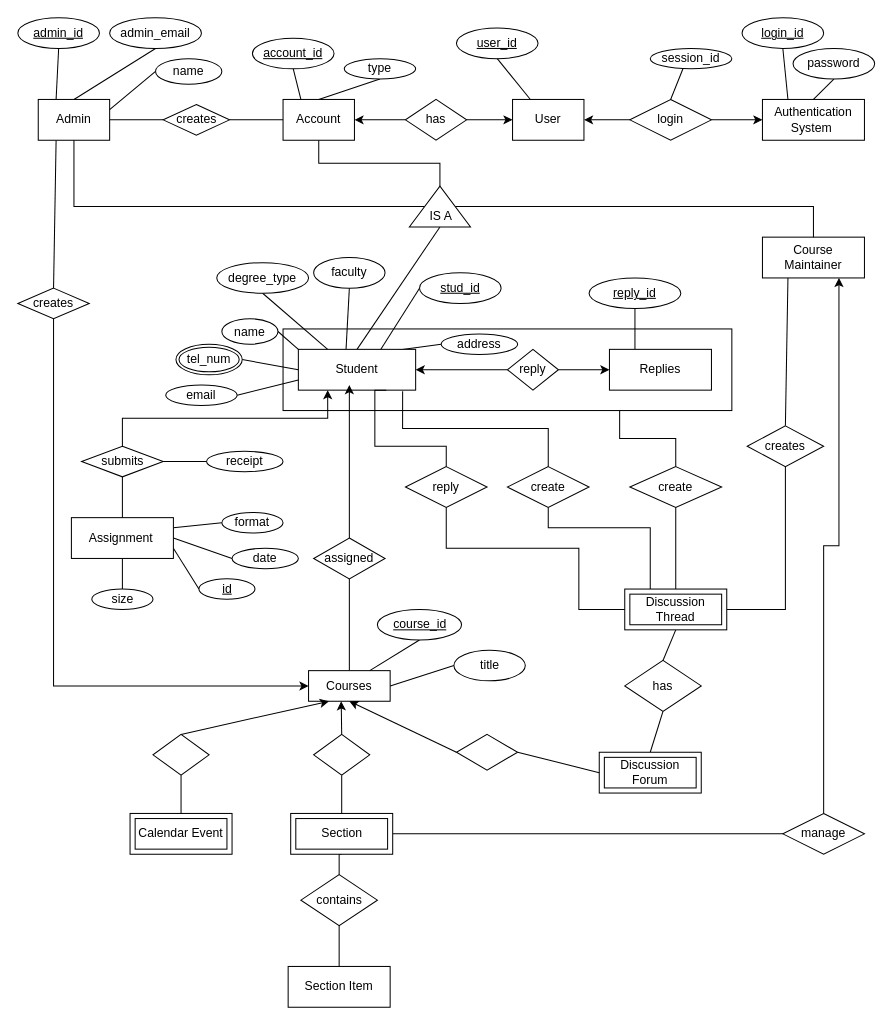
DaynaAshley/OS-Project2 keeps this draw.io diagram as Untitled Diagram.drawio. Above is the earlier version. Source tidied: cells renumbered, new cells numbered last; positions are measured from the earlier drawing's top-left corner, leaving out a move shared by most shapes. Both pictures are drawn from the tidied source at 102%, with x=0, y=0 at pixel (17, 17).
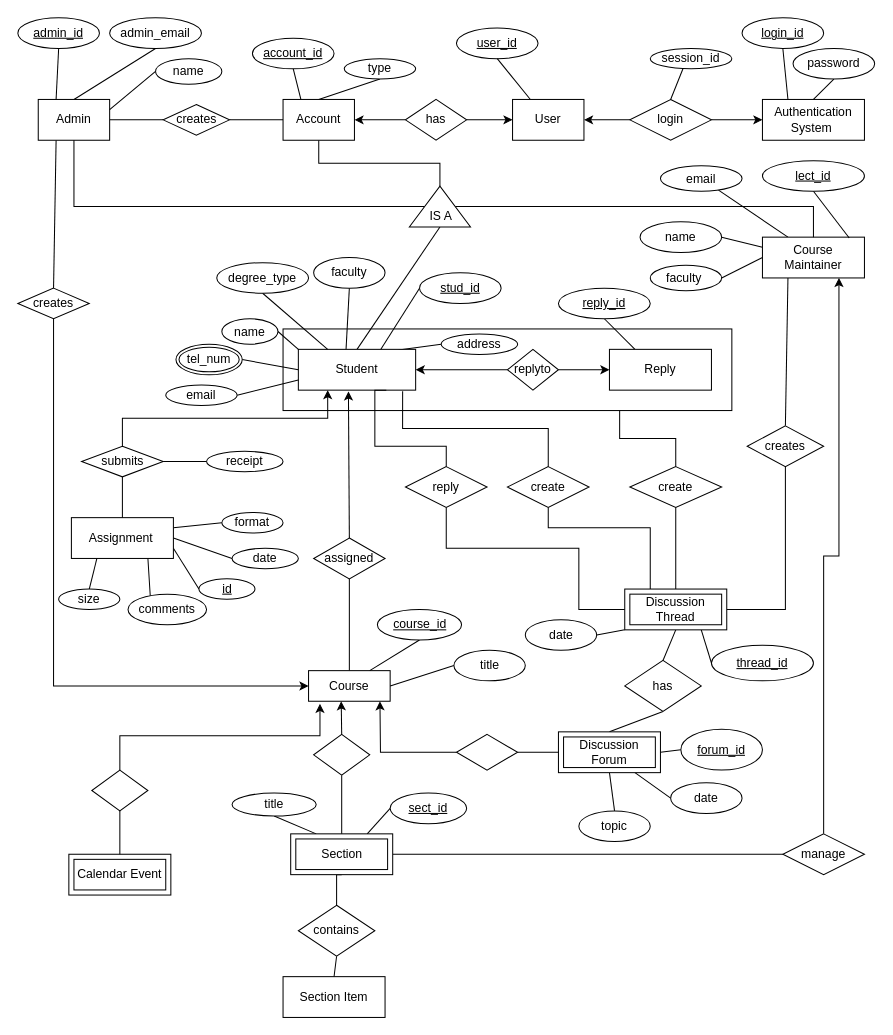
Above is the later version.

The change refers to these unchanged cells:
```xml
<mxCell id="13" value="Student" style="whiteSpace=wrap;html=1;align=center;" parent="1" vertex="1">
  <mxGeometry x="275" y="325" width="115" height="40" as="geometry" />
</mxCell>
<mxCell id="19" value="Course Maintainer" style="whiteSpace=wrap;html=1;align=center;" parent="1" vertex="1">
  <mxGeometry x="730" y="215" width="100" height="40" as="geometry" />
</mxCell>
<mxCell id="28" value="Assignment&amp;nbsp;" style="whiteSpace=wrap;html=1;align=center;" parent="1" vertex="1">
  <mxGeometry x="52.5" y="490" width="100" height="40" as="geometry" />
</mxCell>
<mxCell id="42" value="assigned" style="shape=rhombus;perimeter=rhombusPerimeter;whiteSpace=wrap;html=1;align=center;" parent="1" vertex="1">
  <mxGeometry x="290" y="510" width="70" height="40" as="geometry" />
</mxCell>
<mxCell id="70" style="shape=rhombus;perimeter=rhombusPerimeter;whiteSpace=wrap;html=1;align=center;" parent="1" vertex="1">
  <mxGeometry x="430" y="702.5" width="60" height="35" as="geometry" />
</mxCell>
<mxCell id="103" value="Discussion Thread" style="shape=ext;margin=3;double=1;whiteSpace=wrap;html=1;align=center;" parent="1" vertex="1">
  <mxGeometry x="595" y="560" width="100" height="40" as="geometry" />
</mxCell>
```

Diff of the diagram source:
```diff
@@
-    <mxCell id="4" value="Courses" style="whiteSpace=wrap;html=1;align=center;" parent="1" vertex="1">
+    <mxCell id="4" value="Course" style="whiteSpace=wrap;html=1;align=center;" parent="1" vertex="1">
       <mxGeometry x="285" y="640" width="80" height="30" as="geometry" />
     </mxCell>
@@
+    <mxCell id="125" style="edgeStyle=none;rounded=0;jettySize=auto;html=1;exitX=0;exitY=0.25;exitDx=0;exitDy=0;entryX=1;entryY=0.5;entryDx=0;entryDy=0;startArrow=none;startFill=0;endArrow=none;endFill=0;" parent="1" edge="1" source="19" target="147">
+      <mxGeometry relative="1" as="geometry" />
+    </mxCell>
+    <mxCell id="126" style="edgeStyle=none;rounded=0;jettySize=auto;html=1;exitX=0.25;exitY=0;exitDx=0;exitDy=0;startArrow=none;startFill=0;endArrow=none;endFill=0;" parent="1" edge="1" source="19" target="148">
+      <mxGeometry relative="1" as="geometry" />
+    </mxCell>
+    <mxCell id="127" style="edgeStyle=none;rounded=0;jettySize=auto;html=1;exitX=0;exitY=0.5;exitDx=0;exitDy=0;entryX=1;entryY=0.5;entryDx=0;entryDy=0;startArrow=none;startFill=0;endArrow=none;endFill=0;" parent="1" edge="1" source="19" target="149">
+      <mxGeometry relative="1" as="geometry" />
+    </mxCell>
@@
+    <mxCell id="128" style="edgeStyle=none;rounded=0;jettySize=auto;html=1;exitX=0.75;exitY=0;exitDx=0;exitDy=0;entryX=0;entryY=0.5;entryDx=0;entryDy=0;startArrow=none;startFill=0;endArrow=none;endFill=0;" parent="1" edge="1" source="22" target="137">
+      <mxGeometry relative="1" as="geometry" />
+    </mxCell>
+    <mxCell id="129" style="edgeStyle=none;rounded=0;jettySize=auto;html=1;exitX=0.25;exitY=0;exitDx=0;exitDy=0;entryX=0.5;entryY=1;entryDx=0;entryDy=0;startArrow=none;startFill=0;endArrow=none;endFill=0;" parent="1" edge="1" source="22" target="138">
+      <mxGeometry relative="1" as="geometry" />
+    </mxCell>
     <mxCell id="22" value="Section" style="shape=ext;margin=3;double=1;whiteSpace=wrap;html=1;align=center;" parent="1" vertex="1">
-      <mxGeometry x="267.5" y="780" width="100" height="40" as="geometry" />
+      <mxGeometry x="267.5" y="800" width="100" height="40" as="geometry" />
     </mxCell>
     <mxCell id="23" value="Section Item" style="whiteSpace=wrap;html=1;align=center;" parent="1" vertex="1">
-      <mxGeometry x="265" y="930" width="100" height="40" as="geometry" />
+      <mxGeometry x="260" y="940" width="100" height="40" as="geometry" />
     </mxCell>
@@
-    <mxCell id="27" style="edgeStyle=none;rounded=0;jettySize=auto;html=1;exitX=0.5;exitY=1;exitDx=0;exitDy=0;entryX=0.5;entryY=0;entryDx=0;entryDy=0;startArrow=none;startFill=0;endArrow=none;endFill=0;" parent="1" edge="1" source="28" target="110">
+    <mxCell id="27" style="edgeStyle=none;rounded=0;jettySize=auto;html=1;exitX=0.25;exitY=1;exitDx=0;exitDy=0;entryX=0.5;entryY=0;entryDx=0;entryDy=0;startArrow=none;startFill=0;endArrow=none;endFill=0;" parent="1" edge="1" source="28" target="110">
       <mxGeometry relative="1" as="geometry" />
     </mxCell>
+    <mxCell id="130" style="rounded=0;jettySize=auto;html=1;exitX=0.75;exitY=1;exitDx=0;exitDy=0;entryX=0.286;entryY=0.167;entryDx=0;entryDy=0;entryPerimeter=0;startArrow=none;startFill=0;endArrow=none;endFill=0;" parent="1" edge="1" source="28" target="144">
+      <mxGeometry relative="1" as="geometry" />
+    </mxCell>
@@
+    <mxCell id="131" style="edgeStyle=none;rounded=0;jettySize=auto;html=1;exitX=0.5;exitY=1;exitDx=0;exitDy=0;entryX=0.5;entryY=0;entryDx=0;entryDy=0;startArrow=none;startFill=0;endArrow=none;endFill=0;" parent="1" edge="1" source="30" target="140">
+      <mxGeometry relative="1" as="geometry" />
+    </mxCell>
+    <mxCell id="132" style="edgeStyle=none;rounded=0;jettySize=auto;html=1;exitX=1;exitY=0.5;exitDx=0;exitDy=0;entryX=0;entryY=0.5;entryDx=0;entryDy=0;startArrow=none;startFill=0;endArrow=none;endFill=0;" parent="1" edge="1" source="30" target="139">
+      <mxGeometry relative="1" as="geometry" />
+    </mxCell>
+    <mxCell id="133" style="edgeStyle=none;rounded=0;jettySize=auto;html=1;exitX=0.75;exitY=1;exitDx=0;exitDy=0;entryX=0;entryY=0.5;entryDx=0;entryDy=0;startArrow=none;startFill=0;endArrow=none;endFill=0;" parent="1" edge="1" source="30" target="141">
+      <mxGeometry relative="1" as="geometry" />
+    </mxCell>
     <mxCell id="30" value="Discussion Forum" style="shape=ext;margin=3;double=1;whiteSpace=wrap;html=1;align=center;" parent="1" vertex="1">
-      <mxGeometry x="570" y="720" width="100" height="40" as="geometry" />
+      <mxGeometry x="530" y="700" width="100" height="40" as="geometry" />
     </mxCell>
@@
-    <mxCell id="32" value="Replies" style="whiteSpace=wrap;html=1;align=center;" parent="1" vertex="1">
+    <mxCell id="32" value="Reply" style="whiteSpace=wrap;html=1;align=center;" parent="1" vertex="1">
       <mxGeometry x="580" y="325" width="100" height="40" as="geometry" />
     </mxCell>
@@
-    <mxCell id="41" style="edgeStyle=none;rounded=0;jettySize=auto;html=1;exitX=0.5;exitY=0;exitDx=0;exitDy=0;startArrow=none;startFill=0;endArrow=classic;endFill=1;" parent="1" edge="1" source="42">
-      <mxGeometry relative="1" as="geometry">
-        <mxPoint x="325" y="360" as="targetPoint" />
-      </mxGeometry>
+    <mxCell id="41" style="edgeStyle=none;rounded=0;jettySize=auto;html=1;exitX=0.5;exitY=0;exitDx=0;exitDy=0;startArrow=none;startFill=0;endArrow=classic;endFill=1;entryX=0.427;entryY=1.031;entryDx=0;entryDy=0;entryPerimeter=0;" parent="1" edge="1" source="42" target="13">
+      <mxGeometry relative="1" as="geometry" />
     </mxCell>
@@
-    <mxCell id="67" value="reply" style="shape=rhombus;perimeter=rhombusPerimeter;whiteSpace=wrap;html=1;align=center;" parent="1" vertex="1">
+    <mxCell id="67" value="replyto" style="shape=rhombus;perimeter=rhombusPerimeter;whiteSpace=wrap;html=1;align=center;" parent="1" vertex="1">
       <mxGeometry x="480" y="325" width="50" height="40" as="geometry" />
     </mxCell>
-    <mxCell id="68" style="edgeStyle=none;rounded=0;jettySize=auto;html=1;exitX=0;exitY=0.5;exitDx=0;exitDy=0;entryX=0.5;entryY=1;entryDx=0;entryDy=0;startArrow=none;startFill=0;endArrow=classic;endFill=1;" parent="1" edge="1" source="70" target="4">
-      <mxGeometry relative="1" as="geometry" />
-    </mxCell>
@@
+    <mxCell id="134" style="edgeStyle=orthogonalEdgeStyle;rounded=0;jettySize=auto;html=1;exitX=0;exitY=0.5;exitDx=0;exitDy=0;startArrow=none;startFill=0;endArrow=classic;endFill=1;" parent="1" edge="1" source="70">
+      <mxGeometry relative="1" as="geometry">
+        <mxPoint x="355" y="670" as="targetPoint" />
+      </mxGeometry>
+    </mxCell>
@@
     <mxCell id="79" value="manage" style="shape=rhombus;perimeter=rhombusPerimeter;whiteSpace=wrap;html=1;align=center;" parent="1" vertex="1">
-      <mxGeometry x="750" y="780" width="80" height="40" as="geometry" />
+      <mxGeometry x="750" y="800" width="80" height="40" as="geometry" />
     </mxCell>
-    <mxCell id="80" style="edgeStyle=orthogonalEdgeStyle;rounded=0;jettySize=auto;html=1;exitX=0.5;exitY=1;exitDx=0;exitDy=0;entryX=0.5;entryY=0;entryDx=0;entryDy=0;startArrow=none;startFill=0;endArrow=none;endFill=0;" parent="1" edge="1" source="81" target="23">
+    <mxCell id="80" style="rounded=0;jettySize=auto;html=1;exitX=0.5;exitY=1;exitDx=0;exitDy=0;entryX=0.5;entryY=0;entryDx=0;entryDy=0;startArrow=none;startFill=0;endArrow=none;endFill=0;" parent="1" edge="1" source="81" target="23">
       <mxGeometry relative="1" as="geometry" />
     </mxCell>
     <mxCell id="81" value="contains" style="shape=rhombus;perimeter=rhombusPerimeter;whiteSpace=wrap;html=1;align=center;" parent="1" vertex="1">
-      <mxGeometry x="277.5" y="840" width="75" height="50" as="geometry" />
+      <mxGeometry x="275" y="870" width="75" height="50" as="geometry" />
     </mxCell>
@@
+    <mxCell id="135" style="edgeStyle=none;rounded=0;jettySize=auto;html=1;exitX=0.75;exitY=1;exitDx=0;exitDy=0;entryX=0;entryY=0.5;entryDx=0;entryDy=0;startArrow=none;startFill=0;endArrow=none;endFill=0;" parent="1" edge="1" source="103" target="142">
+      <mxGeometry relative="1" as="geometry" />
+    </mxCell>
+    <mxCell id="136" style="edgeStyle=none;rounded=0;jettySize=auto;html=1;exitX=0;exitY=1;exitDx=0;exitDy=0;entryX=1;entryY=0.5;entryDx=0;entryDy=0;startArrow=none;startFill=0;endArrow=none;endFill=0;" parent="1" edge="1" source="103" target="143">
+      <mxGeometry relative="1" as="geometry" />
+    </mxCell>
@@
     <mxCell id="107" value="reply_id" style="ellipse;whiteSpace=wrap;html=1;align=center;fontStyle=4;" parent="1" vertex="1">
-      <mxGeometry x="560" y="255" width="90" height="30" as="geometry" />
+      <mxGeometry x="530" y="265" width="90" height="30" as="geometry" />
     </mxCell>
@@
     <mxCell id="110" value="size" style="ellipse;whiteSpace=wrap;html=1;align=center;" parent="1" vertex="1">
-      <mxGeometry x="72.5" y="560" width="60" height="20" as="geometry" />
+      <mxGeometry x="40" y="560" width="60" height="20" as="geometry" />
     </mxCell>
@@
     <mxCell id="120" value="Calendar Event" style="shape=ext;margin=3;double=1;whiteSpace=wrap;html=1;align=center;" parent="1" vertex="1">
-      <mxGeometry x="110" y="780" width="100" height="40" as="geometry" />
+      <mxGeometry x="50" y="820" width="100" height="40" as="geometry" />
     </mxCell>
+    <mxCell id="122" style="edgeStyle=none;rounded=0;jettySize=auto;html=1;exitX=0.5;exitY=1;exitDx=0;exitDy=0;entryX=0.5;entryY=0;entryDx=0;entryDy=0;startArrow=none;startFill=0;endArrow=none;endFill=0;" parent="1" edge="1" source="123" target="120">
+      <mxGeometry relative="1" as="geometry" />
+    </mxCell>
-    <mxCell id="121" style="edgeStyle=none;rounded=0;jettySize=auto;html=1;exitX=0.5;exitY=0;exitDx=0;exitDy=0;entryX=0.25;entryY=1;entryDx=0;entryDy=0;startArrow=none;startFill=0;endArrow=classic;endFill=1;" parent="1" edge="1" source="123" target="4">
+    <mxCell id="121" style="edgeStyle=orthogonalEdgeStyle;rounded=0;jettySize=auto;html=1;exitX=0.5;exitY=0;exitDx=0;exitDy=0;entryX=0.14;entryY=1.083;entryDx=0;entryDy=0;entryPerimeter=0;startArrow=none;startFill=0;endArrow=classic;endFill=1;" parent="1" edge="1" source="123" target="4">
       <mxGeometry relative="1" as="geometry" />
     </mxCell>
-    <mxCell id="122" style="edgeStyle=none;rounded=0;jettySize=auto;html=1;exitX=0.5;exitY=1;exitDx=0;exitDy=0;entryX=0.5;entryY=0;entryDx=0;entryDy=0;startArrow=none;startFill=0;endArrow=none;endFill=0;" parent="1" edge="1" source="123" target="120">
-      <mxGeometry relative="1" as="geometry" />
-    </mxCell>
     <mxCell id="123" style="shape=rhombus;perimeter=rhombusPerimeter;whiteSpace=wrap;html=1;align=center;" parent="1" vertex="1">
-      <mxGeometry x="132.5" y="702.5" width="55" height="40" as="geometry" />
+      <mxGeometry x="72.5" y="737.5" width="55" height="40" as="geometry" />
     </mxCell>
@@
+    <mxCell id="137" value="sect_id" style="ellipse;whiteSpace=wrap;html=1;align=center;fontStyle=4;" parent="1" vertex="1">
+      <mxGeometry x="365" y="760" width="75" height="30" as="geometry" />
+    </mxCell>
+    <mxCell id="138" value="title" style="ellipse;whiteSpace=wrap;html=1;align=center;" parent="1" vertex="1">
+      <mxGeometry x="210" y="760" width="82.5" height="22.5" as="geometry" />
+    </mxCell>
+    <mxCell id="139" value="forum_id" style="ellipse;whiteSpace=wrap;html=1;align=center;fontStyle=4;" parent="1" vertex="1">
+      <mxGeometry x="650" y="697.5" width="80" height="40" as="geometry" />
+    </mxCell>
+    <mxCell id="140" value="topic" style="ellipse;whiteSpace=wrap;html=1;align=center;" parent="1" vertex="1">
+      <mxGeometry x="550" y="777.5" width="70" height="30" as="geometry" />
+    </mxCell>
+    <mxCell id="141" value="date" style="ellipse;whiteSpace=wrap;html=1;align=center;" parent="1" vertex="1">
+      <mxGeometry x="640" y="750" width="70" height="30" as="geometry" />
+    </mxCell>
+    <mxCell id="142" value="thread_id" style="ellipse;whiteSpace=wrap;html=1;align=center;fontStyle=4;" parent="1" vertex="1">
+      <mxGeometry x="680" y="615" width="100" height="35" as="geometry" />
+    </mxCell>
+    <mxCell id="143" value="date" style="ellipse;whiteSpace=wrap;html=1;align=center;" parent="1" vertex="1">
+      <mxGeometry x="497.5" y="590" width="70" height="30" as="geometry" />
+    </mxCell>
+    <mxCell id="144" value="comments" style="ellipse;whiteSpace=wrap;html=1;align=center;" parent="1" vertex="1">
+      <mxGeometry x="108" y="565" width="77" height="30" as="geometry" />
+    </mxCell>
+    <mxCell id="145" style="edgeStyle=none;rounded=0;jettySize=auto;html=1;exitX=0.5;exitY=1;exitDx=0;exitDy=0;entryX=0.851;entryY=0.022;entryDx=0;entryDy=0;entryPerimeter=0;startArrow=none;startFill=0;endArrow=none;endFill=0;" parent="1" edge="1" source="146" target="19">
+      <mxGeometry relative="1" as="geometry" />
+    </mxCell>
+    <mxCell id="146" value="lect_id" style="ellipse;whiteSpace=wrap;html=1;align=center;fontStyle=4;" parent="1" vertex="1">
+      <mxGeometry x="730" y="140" width="100" height="30" as="geometry" />
+    </mxCell>
+    <mxCell id="147" value="name" style="ellipse;whiteSpace=wrap;html=1;align=center;" parent="1" vertex="1">
+      <mxGeometry x="610" y="200" width="80" height="30" as="geometry" />
+    </mxCell>
+    <mxCell id="148" value="email" style="ellipse;whiteSpace=wrap;html=1;align=center;" parent="1" vertex="1">
+      <mxGeometry x="630" y="145" width="80" height="25" as="geometry" />
+    </mxCell>
+    <mxCell id="149" value="faculty&amp;nbsp;" style="ellipse;whiteSpace=wrap;html=1;align=center;" parent="1" vertex="1">
+      <mxGeometry x="620" y="242.5" width="70" height="25" as="geometry" />
+    </mxCell>
```
